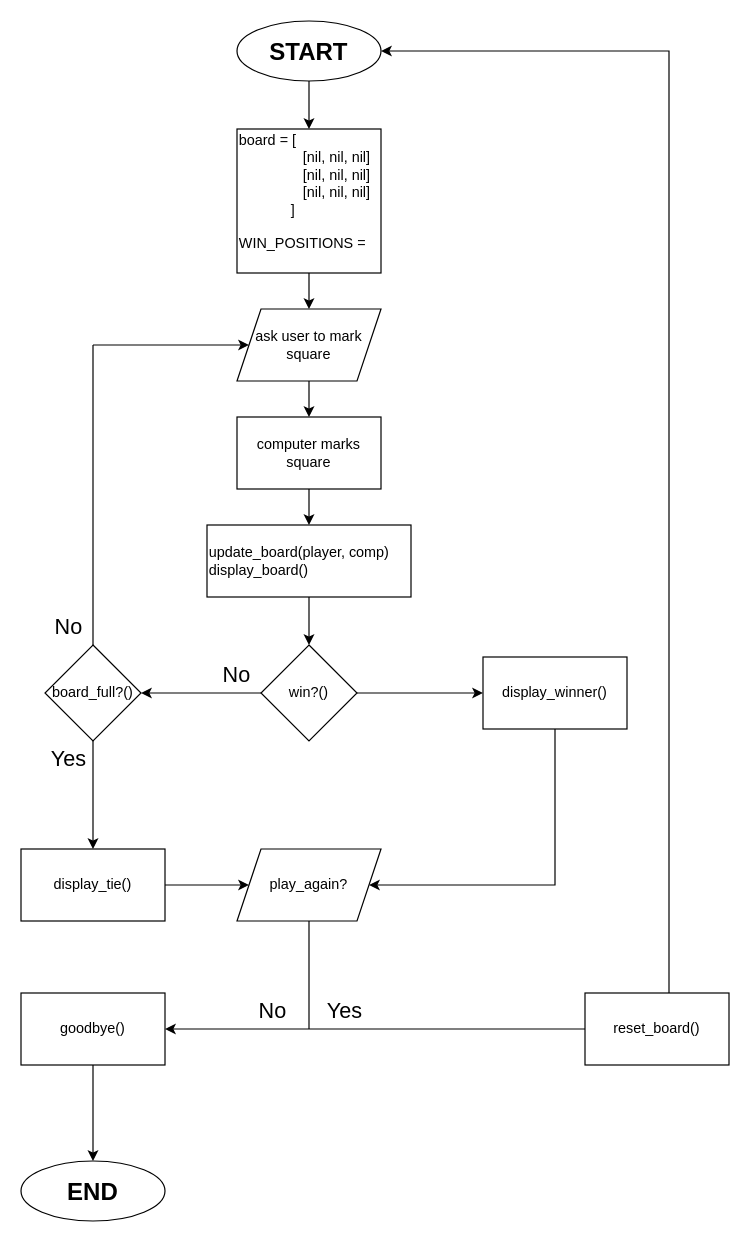
This is lesson_3/tictactoe.drawio from jackouni/RB110-119, a draw.io file, before an edit. Source tidied: cells renumbered, new cells numbered last; positions are measured from the earlier drawing's top-left corner, leaving out a move shared by most shapes. Both pictures are drawn from the tidied source at 120%, with x=0, y=0 at pixel (20, 20).
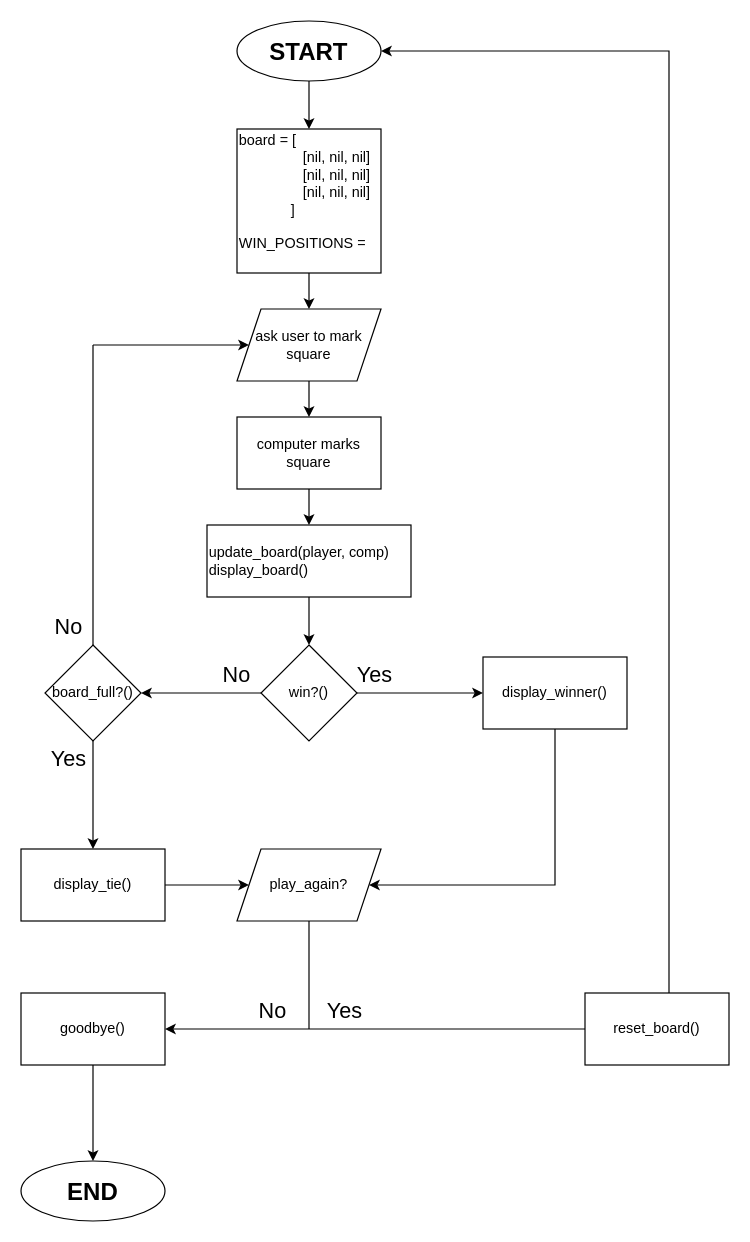
After the change.

What changed in the source:
```diff
@@
+    <mxCell id="36" value="Yes" style="text;html=1;align=center;verticalAlign=middle;whiteSpace=wrap;rounded=0;fontSize=18;" parent="1" vertex="1">
+      <mxGeometry x="265" y="530" width="60" height="30" as="geometry" />
+    </mxCell>
```
